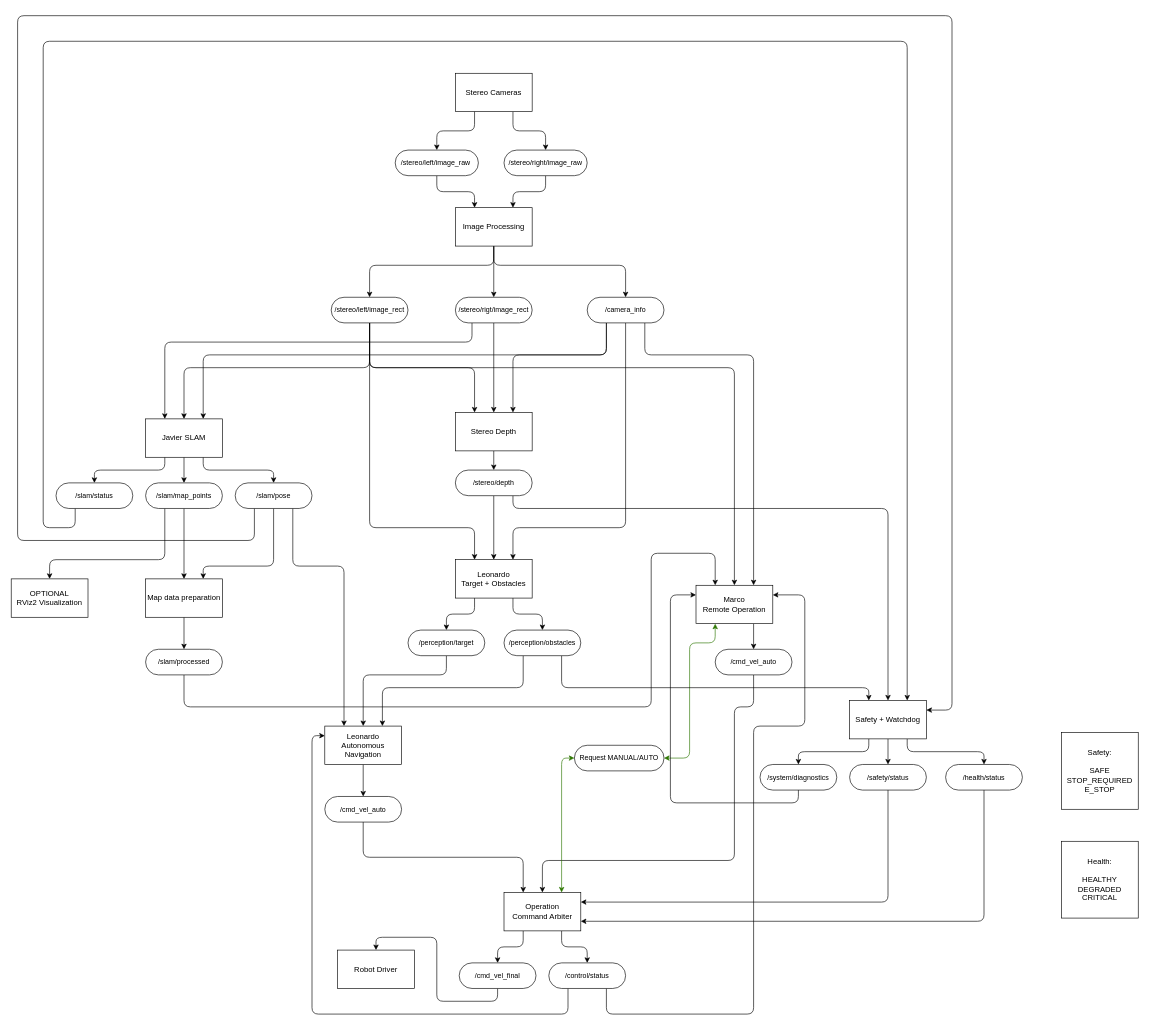
zenna7/Visual-Sensing-for-Mobile-Robots keeps this draw.io diagram as documentation/architecture/robot_architecture.drawio. Above is the earlier version. Source tidied: cells renumbered, new cells numbered last; positions are measured from the earlier drawing's top-left corner, leaving out a move shared by most shapes. Both pictures are drawn from the tidied source at 64%, with x=0, y=0 at pixel (11, 15).
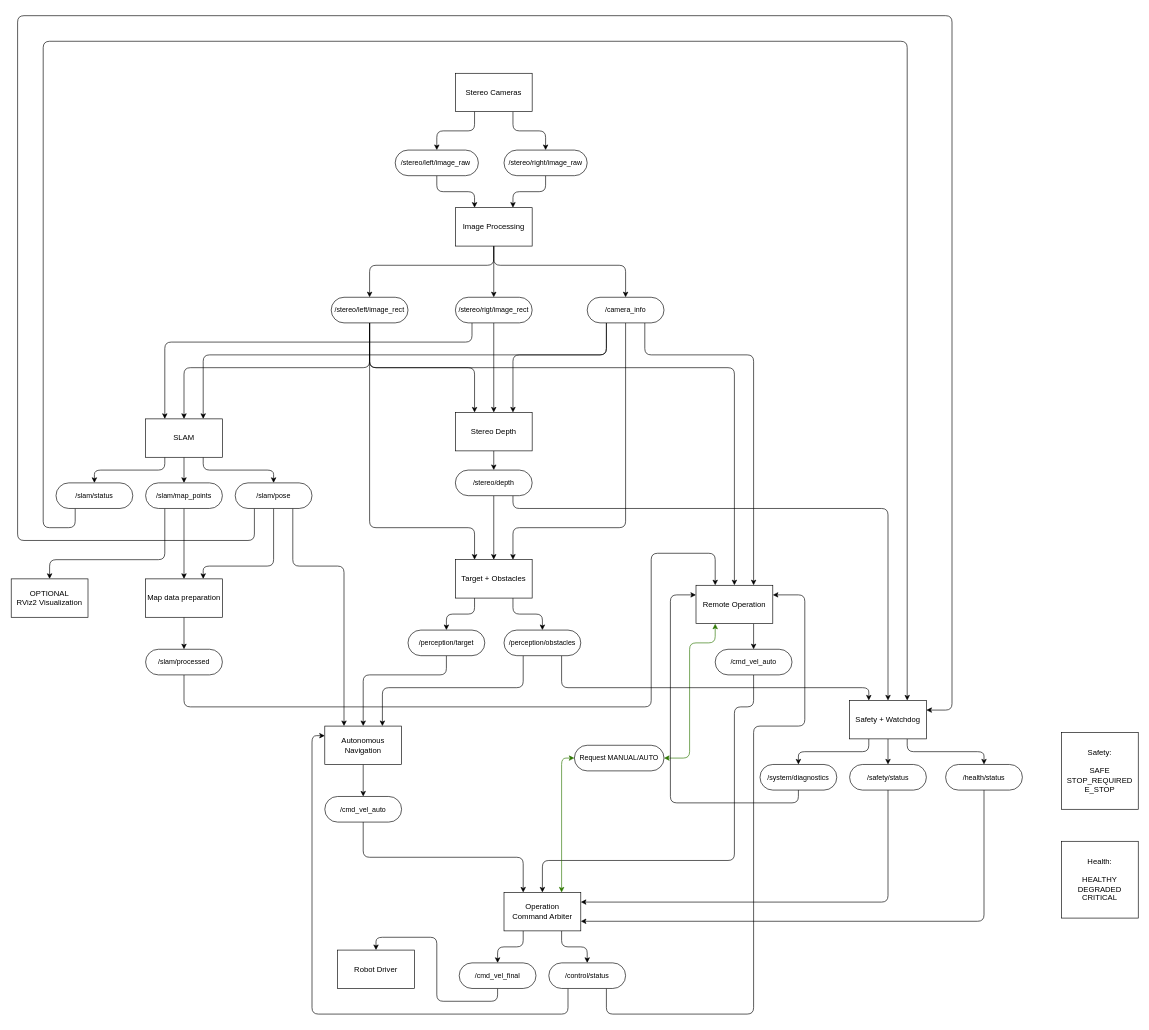
After the change.

The edit, as a diff of the source:
```diff
@@
-    <mxCell id="14" value="Javier SLAM" style="rounded=0;whiteSpace=wrap;html=1;" parent="1" vertex="1">
+    <mxCell id="14" value="SLAM" style="rounded=0;whiteSpace=wrap;html=1;" parent="1" vertex="1">
       <mxGeometry x="210" y="630" width="120" height="60" as="geometry" />
     </mxCell>
@@
-    <mxCell id="17" value="Leonardo&lt;div&gt;Target + Obstacles&lt;/div&gt;" style="rounded=0;whiteSpace=wrap;html=1;" parent="1" vertex="1">
+    <mxCell id="17" value="&lt;div&gt;Target + Obstacles&lt;/div&gt;" style="rounded=0;whiteSpace=wrap;html=1;" parent="1" vertex="1">
       <mxGeometry x="694" y="850" width="120" height="60" as="geometry" />
     </mxCell>
@@
-    <mxCell id="19" value="Marco&lt;div&gt;Remote Operation&lt;/div&gt;" style="rounded=0;whiteSpace=wrap;html=1;" parent="1" vertex="1">
+    <mxCell id="19" value="&lt;div&gt;Remote Operation&lt;/div&gt;" style="rounded=0;whiteSpace=wrap;html=1;" parent="1" vertex="1">
       <mxGeometry x="1070" y="890" width="120" height="60" as="geometry" />
     </mxCell>
@@
-    <mxCell id="21" value="Leonardo&lt;div&gt;Autonomous Navigation&lt;/div&gt;" style="rounded=0;whiteSpace=wrap;html=1;" parent="1" vertex="1">
+    <mxCell id="21" value="&lt;div&gt;Autonomous Navigation&lt;/div&gt;" style="rounded=0;whiteSpace=wrap;html=1;" parent="1" vertex="1">
       <mxGeometry x="490" y="1110" width="120" height="60" as="geometry" />
     </mxCell>
```
